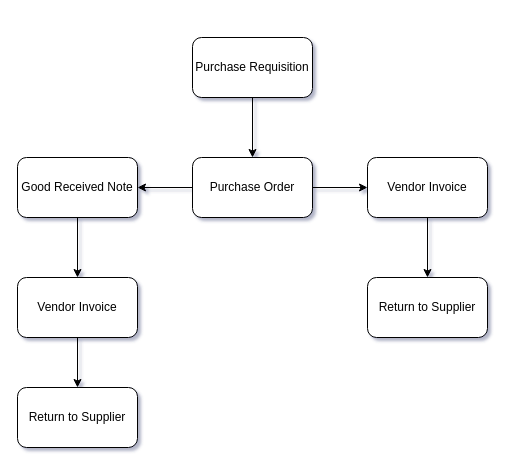
The draw.io diagram ProcureLink.drawio in garrithhyman/ProcureLink, before the edit. Source tidied: cells renumbered, new cells numbered last; positions are measured from the earlier drawing's top-left corner, leaving out a move shared by most shapes. Both pictures are drawn from the tidied source at 100%, with x=0, y=0 at pixel (17, 37).
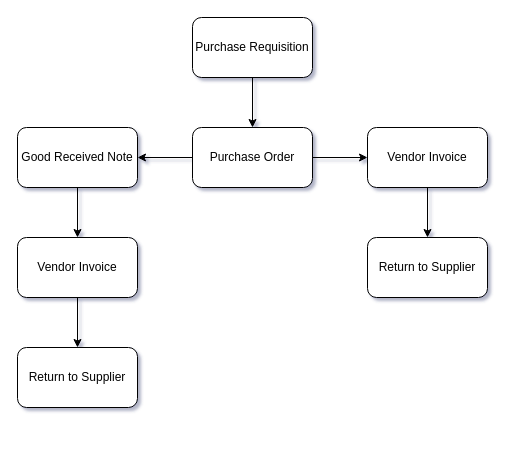
Above is the later version.

What changed in the source:
```diff
@@
 <mxGraphModel background="#ffffff" shadow="1">
   <root>
     <mxCell id="0" />
     <mxCell id="1" parent="0" />
     <mxCell id="2" style="edgeStyle=orthogonalEdgeStyle;rounded=0;jettySize=auto;html=1;" parent="1" edge="1" source="3" target="6">
       <mxGeometry relative="1" as="geometry" />
     </mxCell>
     <mxCell id="3" value="Purchase Requisition" style="rounded=1;whiteSpace=wrap;html=1;" parent="1" vertex="1">
-      <mxGeometry x="175" width="120" height="60" as="geometry" />
+      <mxGeometry x="175" y="-20" width="120" height="60" as="geometry" />
     </mxCell>
     <mxCell id="4" style="edgeStyle=orthogonalEdgeStyle;rounded=0;jettySize=auto;html=1;" parent="1" edge="1" source="6" target="8">
       <mxGeometry relative="1" as="geometry" />
     </mxCell>
     <mxCell id="5" style="edgeStyle=orthogonalEdgeStyle;rounded=0;jettySize=auto;html=1;" parent="1" edge="1" source="6" target="12">
       <mxGeometry relative="1" as="geometry" />
     </mxCell>
     <mxCell id="6" value="Purchase Order" style="rounded=1;whiteSpace=wrap;html=1;" parent="1" vertex="1">
-      <mxGeometry x="175" y="120" width="120" height="60" as="geometry" />
+      <mxGeometry x="175" y="90" width="120" height="60" as="geometry" />
     </mxCell>
     <mxCell id="7" style="edgeStyle=orthogonalEdgeStyle;rounded=0;jettySize=auto;html=1;" parent="1" edge="1" source="8" target="10">
       <mxGeometry relative="1" as="geometry" />
     </mxCell>
     <mxCell id="8" value="Good Received Note" style="rounded=1;whiteSpace=wrap;html=1;" parent="1" vertex="1">
-      <mxGeometry y="120" width="120" height="60" as="geometry" />
+      <mxGeometry y="90" width="120" height="60" as="geometry" />
     </mxCell>
     <mxCell id="9" style="edgeStyle=orthogonalEdgeStyle;rounded=0;jettySize=auto;html=1;" parent="1" edge="1" source="10" target="13">
       <mxGeometry relative="1" as="geometry" />
     </mxCell>
     <mxCell id="10" value="Vendor Invoice" style="rounded=1;whiteSpace=wrap;html=1;" parent="1" vertex="1">
-      <mxGeometry y="240" width="120" height="60" as="geometry" />
+      <mxGeometry y="200" width="120" height="60" as="geometry" />
     </mxCell>
     <mxCell id="11" style="edgeStyle=orthogonalEdgeStyle;rounded=0;jettySize=auto;html=1;" parent="1" edge="1" source="12" target="14">
       <mxGeometry relative="1" as="geometry" />
     </mxCell>
     <mxCell id="12" value="Vendor Invoice" style="rounded=1;whiteSpace=wrap;html=1;" parent="1" vertex="1">
-      <mxGeometry x="350" y="120" width="120" height="60" as="geometry" />
+      <mxGeometry x="350" y="90" width="120" height="60" as="geometry" />
     </mxCell>
+    <mxCell id="15" style="edgeStyle=orthogonalEdgeStyle;rounded=0;jettySize=auto;html=1;exitX=0.5;exitY=0;exitDx=0;exitDy=0;" parent="1" edge="1" source="13">
+      <mxGeometry relative="1" as="geometry">
+        <mxPoint x="59.9" y="310" as="targetPoint" />
+      </mxGeometry>
+    </mxCell>
     <mxCell id="13" value="Return to Supplier" style="rounded=1;whiteSpace=wrap;html=1;" parent="1" vertex="1">
-      <mxGeometry y="350" width="120" height="60" as="geometry" />
+      <mxGeometry y="310" width="120" height="60" as="geometry" />
     </mxCell>
     <mxCell id="14" value="Return to Supplier" style="rounded=1;whiteSpace=wrap;html=1;" parent="1" vertex="1">
-      <mxGeometry x="350" y="240" width="120" height="60" as="geometry" />
+      <mxGeometry x="350" y="200" width="120" height="60" as="geometry" />
     </mxCell>
   </root>
 </mxGraphModel>
```
